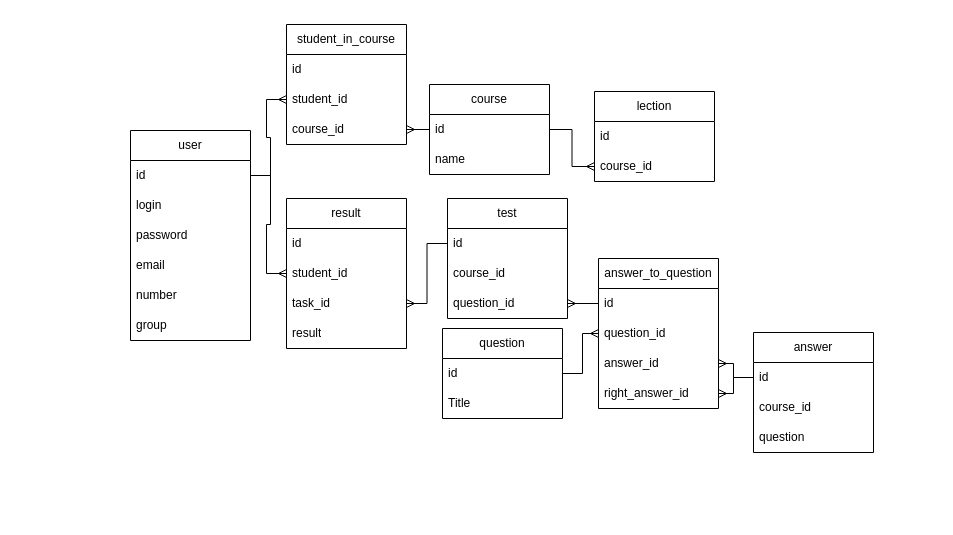
This is Untitled Diagram.drawio from Svengalion/Diploma-VKI, a draw.io file, before an edit. Source tidied: cells renumbered, new cells numbered last; positions are measured from the earlier drawing's top-left corner, leaving out a move shared by most shapes. Both pictures are drawn from the tidied source at 100%, with x=0, y=0 at pixel (130, 24).
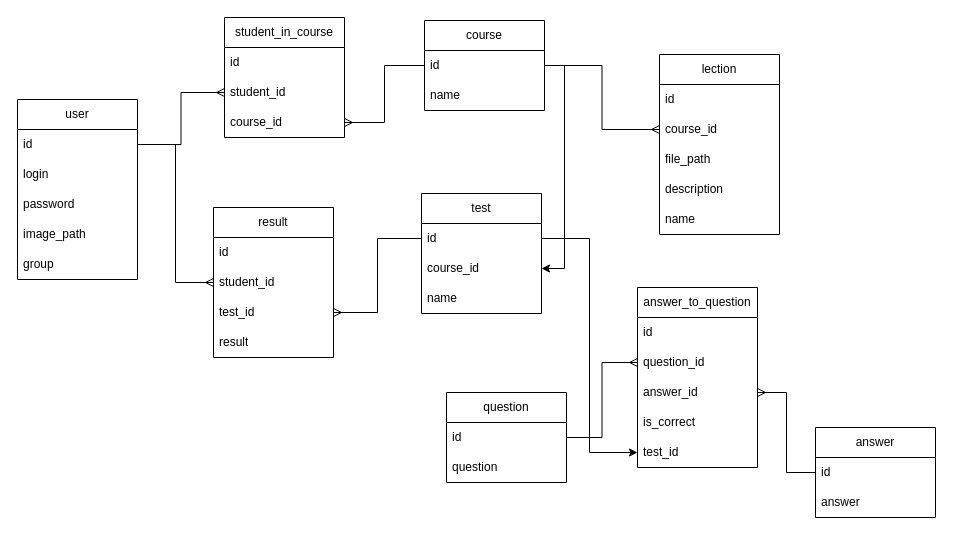
The same diagram, later.

The change refers to these unchanged cells:
```xml
<mxCell id="13" value="id" style="text;strokeColor=none;fillColor=none;align=left;verticalAlign=middle;spacingLeft=4;spacingRight=4;overflow=hidden;points=[[0,0.5],[1,0.5]];portConstraint=eastwest;whiteSpace=wrap;html=1;" parent="12" vertex="1">
  <mxGeometry y="30" width="120" height="30" as="geometry" />
</mxCell>
<mxCell id="22" value="id" style="text;strokeColor=none;fillColor=none;align=left;verticalAlign=middle;spacingLeft=4;spacingRight=4;overflow=hidden;points=[[0,0.5],[1,0.5]];portConstraint=eastwest;whiteSpace=wrap;html=1;" parent="21" vertex="1">
  <mxGeometry y="30" width="120" height="30" as="geometry" />
</mxCell>
<mxCell id="23" value="course_id" style="text;strokeColor=none;fillColor=none;align=left;verticalAlign=middle;spacingLeft=4;spacingRight=4;overflow=hidden;points=[[0,0.5],[1,0.5]];portConstraint=eastwest;whiteSpace=wrap;html=1;" parent="21" vertex="1">
  <mxGeometry y="60" width="120" height="30" as="geometry" />
</mxCell>
<mxCell id="33" value="id" style="text;strokeColor=none;fillColor=none;align=left;verticalAlign=middle;spacingLeft=4;spacingRight=4;overflow=hidden;points=[[0,0.5],[1,0.5]];portConstraint=eastwest;whiteSpace=wrap;html=1;" parent="32" vertex="1">
  <mxGeometry y="30" width="120" height="30" as="geometry" />
</mxCell>
<mxCell id="36" value="id" style="text;strokeColor=none;fillColor=none;align=left;verticalAlign=middle;spacingLeft=4;spacingRight=4;overflow=hidden;points=[[0,0.5],[1,0.5]];portConstraint=eastwest;whiteSpace=wrap;html=1;" parent="35" vertex="1">
  <mxGeometry y="30" width="120" height="30" as="geometry" />
</mxCell>
<mxCell id="40" value="id" style="text;strokeColor=none;fillColor=none;align=left;verticalAlign=middle;spacingLeft=4;spacingRight=4;overflow=hidden;points=[[0,0.5],[1,0.5]];portConstraint=eastwest;whiteSpace=wrap;html=1;" parent="39" vertex="1">
  <mxGeometry y="30" width="120" height="30" as="geometry" />
</mxCell>
<mxCell id="41" value="question_id" style="text;strokeColor=none;fillColor=none;align=left;verticalAlign=middle;spacingLeft=4;spacingRight=4;overflow=hidden;points=[[0,0.5],[1,0.5]];portConstraint=eastwest;whiteSpace=wrap;html=1;" parent="39" vertex="1">
  <mxGeometry y="60" width="120" height="30" as="geometry" />
</mxCell>
```

The edit, as a diff of the source:
```diff
@@
     <mxCell id="2" value="user" style="swimlane;fontStyle=0;horizontal=1;startSize=30;whiteSpace=wrap;html=1;" parent="1" vertex="1">
-      <mxGeometry y="106" width="120" height="210" as="geometry" />
+      <mxGeometry x="-113" y="75" width="120" height="180" as="geometry" />
     </mxCell>
@@
-    <mxCell id="6" value="email" style="text;strokeColor=none;fillColor=none;align=left;verticalAlign=middle;spacingLeft=4;spacingRight=4;overflow=hidden;whiteSpace=wrap;html=1;" parent="2" vertex="1">
+    <mxCell id="6" value="image_path" style="text;strokeColor=none;fillColor=none;align=left;verticalAlign=middle;spacingLeft=4;spacingRight=4;overflow=hidden;whiteSpace=wrap;html=1;" parent="2" vertex="1">
       <mxGeometry y="120" width="120" height="30" as="geometry" />
     </mxCell>
-    <mxCell id="7" value="number" style="text;strokeColor=none;fillColor=none;align=left;verticalAlign=middle;spacingLeft=4;spacingRight=4;overflow=hidden;whiteSpace=wrap;html=1;" parent="2" vertex="1">
-      <mxGeometry y="150" width="120" height="30" as="geometry" />
-    </mxCell>
     <mxCell id="8" value="group" style="text;strokeColor=none;fillColor=none;align=left;verticalAlign=middle;spacingLeft=4;spacingRight=4;overflow=hidden;whiteSpace=wrap;html=1;" parent="2" vertex="1">
-      <mxGeometry y="180" width="120" height="30" as="geometry" />
+      <mxGeometry y="150" width="120" height="30" as="geometry" />
     </mxCell>
     <mxCell id="9" value="lection" style="swimlane;fontStyle=0;horizontal=1;startSize=30;whiteSpace=wrap;html=1;" parent="1" vertex="1">
-      <mxGeometry x="464" y="67" width="120" height="90" as="geometry" />
+      <mxGeometry x="529" y="30" width="120" height="180" as="geometry" />
     </mxCell>
@@
+    <mxCell id="49" value="file_path" style="text;strokeColor=none;fillColor=none;align=left;verticalAlign=middle;spacingLeft=4;spacingRight=4;overflow=hidden;whiteSpace=wrap;html=1;" parent="9" vertex="1">
+      <mxGeometry y="90" width="120" height="30" as="geometry" />
+    </mxCell>
+    <mxCell id="50" value="description" style="text;strokeColor=none;fillColor=none;align=left;verticalAlign=middle;spacingLeft=4;spacingRight=4;overflow=hidden;whiteSpace=wrap;html=1;" parent="9" vertex="1">
+      <mxGeometry y="120" width="120" height="30" as="geometry" />
+    </mxCell>
+    <mxCell id="51" value="name" style="text;strokeColor=none;fillColor=none;align=left;verticalAlign=middle;spacingLeft=4;spacingRight=4;overflow=hidden;whiteSpace=wrap;html=1;" parent="9" vertex="1">
+      <mxGeometry y="150" width="120" height="30" as="geometry" />
+    </mxCell>
     <mxCell id="12" value="course" style="swimlane;fontStyle=0;horizontal=1;startSize=30;whiteSpace=wrap;html=1;" parent="1" vertex="1">
-      <mxGeometry x="299" y="60" width="120" height="90" as="geometry" />
+      <mxGeometry x="294" y="-4" width="120" height="90" as="geometry" />
     </mxCell>
@@
     <mxCell id="15" value="student_in_course" style="swimlane;fontStyle=0;horizontal=1;startSize=30;whiteSpace=wrap;html=1;" parent="1" vertex="1">
-      <mxGeometry x="156" width="120" height="120" as="geometry" />
+      <mxGeometry x="94" y="-7" width="120" height="120" as="geometry" />
     </mxCell>
@@
     <mxCell id="21" value="test" style="swimlane;fontStyle=0;horizontal=1;startSize=30;whiteSpace=wrap;html=1;" parent="1" vertex="1">
-      <mxGeometry x="317" y="174" width="120" height="120" as="geometry" />
+      <mxGeometry x="291" y="169" width="120" height="120" as="geometry" />
     </mxCell>
@@
-    <mxCell id="24" value="question_id" style="text;strokeColor=none;fillColor=none;align=left;verticalAlign=middle;spacingLeft=4;spacingRight=4;overflow=hidden;points=[[0,0.5],[1,0.5]];portConstraint=eastwest;whiteSpace=wrap;html=1;" parent="21" vertex="1">
-      <mxGeometry y="90" width="120" height="30" as="geometry" />
-    </mxCell>
+    <mxCell id="52" value="name" style="text;strokeColor=none;fillColor=none;align=left;verticalAlign=middle;spacingLeft=4;spacingRight=4;overflow=hidden;whiteSpace=wrap;html=1;" parent="21" vertex="1">
+      <mxGeometry y="90" width="120" height="30" as="geometry" />
+    </mxCell>
     <mxCell id="25" value="result" style="swimlane;fontStyle=0;horizontal=1;startSize=30;whiteSpace=wrap;html=1;" parent="1" vertex="1">
-      <mxGeometry x="156" y="174" width="120" height="150" as="geometry" />
+      <mxGeometry x="83" y="183" width="120" height="150" as="geometry" />
     </mxCell>
@@
-    <mxCell id="28" value="task_id" style="text;strokeColor=none;fillColor=none;align=left;verticalAlign=middle;spacingLeft=4;spacingRight=4;overflow=hidden;points=[[0,0.5],[1,0.5]];portConstraint=eastwest;whiteSpace=wrap;html=1;" parent="25" vertex="1">
+    <mxCell id="28" value="test_id" style="text;strokeColor=none;fillColor=none;align=left;verticalAlign=middle;spacingLeft=4;spacingRight=4;overflow=hidden;points=[[0,0.5],[1,0.5]];portConstraint=eastwest;whiteSpace=wrap;html=1;" parent="25" vertex="1">
       <mxGeometry y="90" width="120" height="30" as="geometry" />
     </mxCell>
@@
-    <mxCell id="31" style="edgeStyle=orthogonalEdgeStyle;rounded=0;jettySize=auto;html=1;endArrow=ERmany;endFill=0;" parent="1" edge="1" source="32" target="41">
-      <mxGeometry relative="1" as="geometry" />
-    </mxCell>
     <mxCell id="32" value="question" style="swimlane;fontStyle=0;horizontal=1;startSize=30;whiteSpace=wrap;html=1;" parent="1" vertex="1">
-      <mxGeometry x="312" y="304" width="120" height="90" as="geometry" />
+      <mxGeometry x="316" y="368" width="120" height="90" as="geometry" />
     </mxCell>
@@
-    <mxCell id="34" value="Title" style="text;strokeColor=none;fillColor=none;align=left;verticalAlign=middle;spacingLeft=4;spacingRight=4;overflow=hidden;whiteSpace=wrap;html=1;" parent="32" vertex="1">
+    <mxCell id="34" value="question" style="text;strokeColor=none;fillColor=none;align=left;verticalAlign=middle;spacingLeft=4;spacingRight=4;overflow=hidden;whiteSpace=wrap;html=1;" parent="32" vertex="1">
       <mxGeometry y="60" width="120" height="30" as="geometry" />
     </mxCell>
     <mxCell id="35" value="answer" style="swimlane;fontStyle=0;horizontal=1;startSize=30;whiteSpace=wrap;html=1;" parent="1" vertex="1">
-      <mxGeometry x="623" y="308" width="120" height="120" as="geometry" />
+      <mxGeometry x="685" y="403" width="120" height="90" as="geometry" />
     </mxCell>
@@
-    <mxCell id="37" value="course_id" style="text;strokeColor=none;fillColor=none;align=left;verticalAlign=middle;spacingLeft=4;spacingRight=4;overflow=hidden;whiteSpace=wrap;html=1;" parent="35" vertex="1">
-      <mxGeometry y="60" width="120" height="30" as="geometry" />
-    </mxCell>
-    <mxCell id="38" value="question" style="text;strokeColor=none;fillColor=none;align=left;verticalAlign=middle;spacingLeft=4;spacingRight=4;overflow=hidden;whiteSpace=wrap;html=1;" parent="35" vertex="1">
-      <mxGeometry y="90" width="120" height="30" as="geometry" />
+    <mxCell id="38" value="answer" style="text;strokeColor=none;fillColor=none;align=left;verticalAlign=middle;spacingLeft=4;spacingRight=4;overflow=hidden;whiteSpace=wrap;html=1;" parent="35" vertex="1">
+      <mxGeometry y="60" width="120" height="30" as="geometry" />
     </mxCell>
     <mxCell id="39" value="answer_to_question" style="swimlane;fontStyle=0;horizontal=1;startSize=30;whiteSpace=wrap;html=1;" parent="1" vertex="1">
-      <mxGeometry x="468" y="234" width="120" height="150" as="geometry" />
+      <mxGeometry x="507" y="263" width="120" height="180" as="geometry" />
     </mxCell>
@@
-    <mxCell id="43" value="right_answer_id" style="text;strokeColor=none;fillColor=none;align=left;verticalAlign=middle;spacingLeft=4;spacingRight=4;overflow=hidden;points=[[0,0.5],[1,0.5]];portConstraint=eastwest;whiteSpace=wrap;html=1;" parent="39" vertex="1">
+    <mxCell id="43" value="is_correct" style="text;strokeColor=none;fillColor=none;align=left;verticalAlign=middle;spacingLeft=4;spacingRight=4;overflow=hidden;points=[[0,0.5],[1,0.5]];portConstraint=eastwest;whiteSpace=wrap;html=1;" parent="39" vertex="1">
       <mxGeometry y="120" width="120" height="30" as="geometry" />
     </mxCell>
+    <mxCell id="53" value="test_id" style="text;strokeColor=none;fillColor=none;align=left;verticalAlign=middle;spacingLeft=4;spacingRight=4;overflow=hidden;points=[[0,0.5],[1,0.5]];portConstraint=eastwest;whiteSpace=wrap;html=1;" parent="39" vertex="1">
+      <mxGeometry y="150" width="120" height="30" as="geometry" />
+    </mxCell>
@@
-    <mxCell id="45" style="edgeStyle=orthogonalEdgeStyle;rounded=0;jettySize=auto;html=1;exitX=0;exitY=0.5;exitDx=0;exitDy=0;entryX=1;entryY=0.5;entryDx=0;entryDy=0;endArrow=ERmany;endFill=0;" parent="1" edge="1" source="40" target="24">
-      <mxGeometry relative="1" as="geometry" />
-    </mxCell>
-    <mxCell id="46" style="edgeStyle=orthogonalEdgeStyle;rounded=0;jettySize=auto;html=1;exitX=0;exitY=0.5;exitDx=0;exitDy=0;endArrow=ERmany;endFill=0;" parent="1" edge="1" source="36" target="43">
-      <mxGeometry relative="1" as="geometry" />
-    </mxCell>
@@
+    <mxCell id="54" style="edgeStyle=orthogonalEdgeStyle;rounded=0;jettySize=auto;html=1;exitX=1;exitY=0.5;exitDx=0;exitDy=0;entryX=0;entryY=0.5;entryDx=0;entryDy=0;endArrow=ERmany;endFill=0;" parent="1" edge="1" source="33" target="41">
+      <mxGeometry relative="1" as="geometry" />
+    </mxCell>
+    <mxCell id="55" style="edgeStyle=orthogonalEdgeStyle;rounded=0;jettySize=auto;html=1;exitX=1;exitY=0.5;exitDx=0;exitDy=0;entryX=1;entryY=0.5;entryDx=0;entryDy=0;" parent="1" edge="1" source="13" target="23">
+      <mxGeometry relative="1" as="geometry" />
+    </mxCell>
+    <mxCell id="56" style="edgeStyle=orthogonalEdgeStyle;rounded=0;jettySize=auto;html=1;exitX=1;exitY=0.5;exitDx=0;exitDy=0;entryX=0;entryY=0.5;entryDx=0;entryDy=0;" parent="1" edge="1" source="22" target="53">
+      <mxGeometry relative="1" as="geometry" />
+    </mxCell>
```
